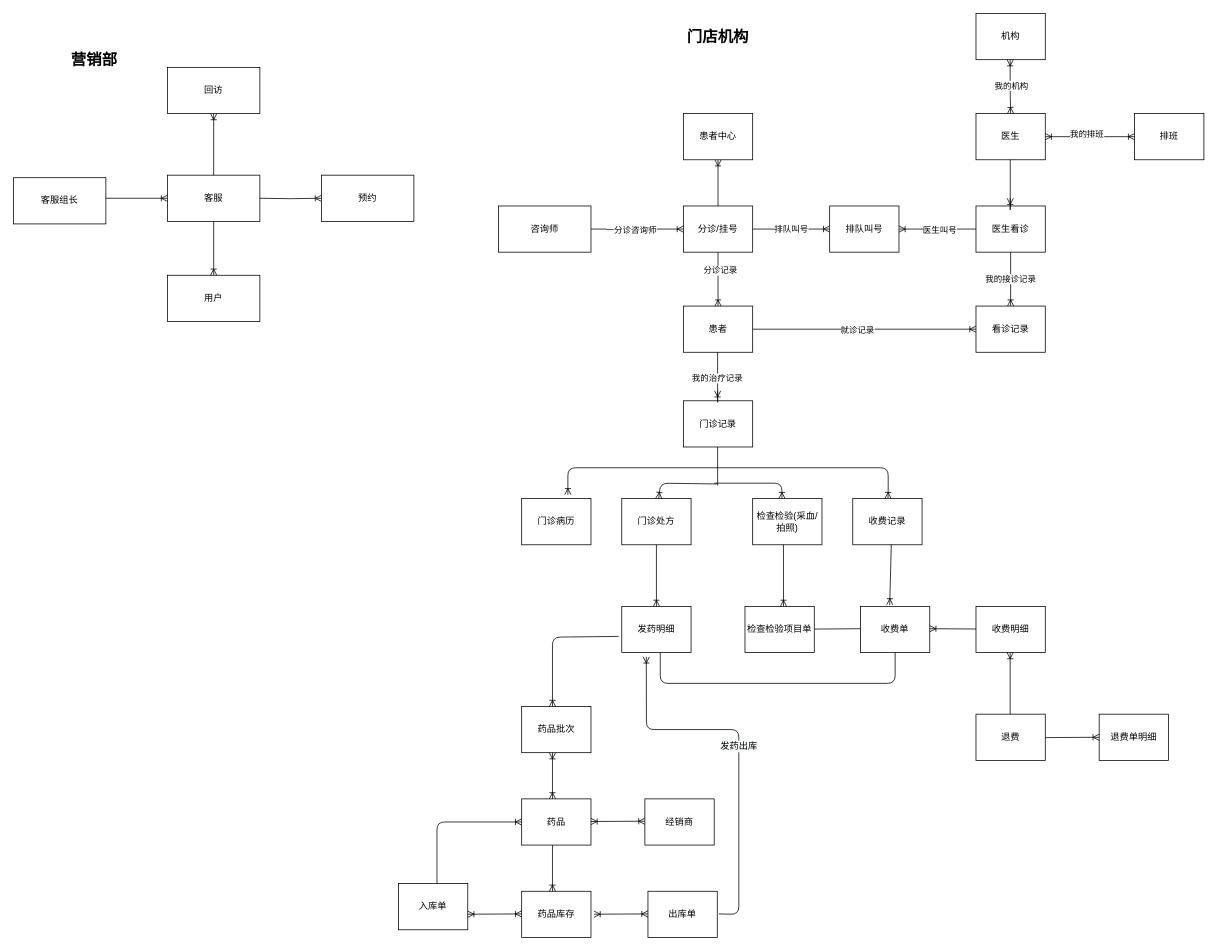
The draw.io diagram 牙管家/数据er图.drawio in cherishsince/diagrams.net, before the edit. Source tidied: cells renumbered, new cells numbered last; positions are measured from the earlier drawing's top-left corner, leaving out a move shared by most shapes. Both pictures are drawn from the tidied source at 77%, with x=0, y=0 at pixel (13, 13).
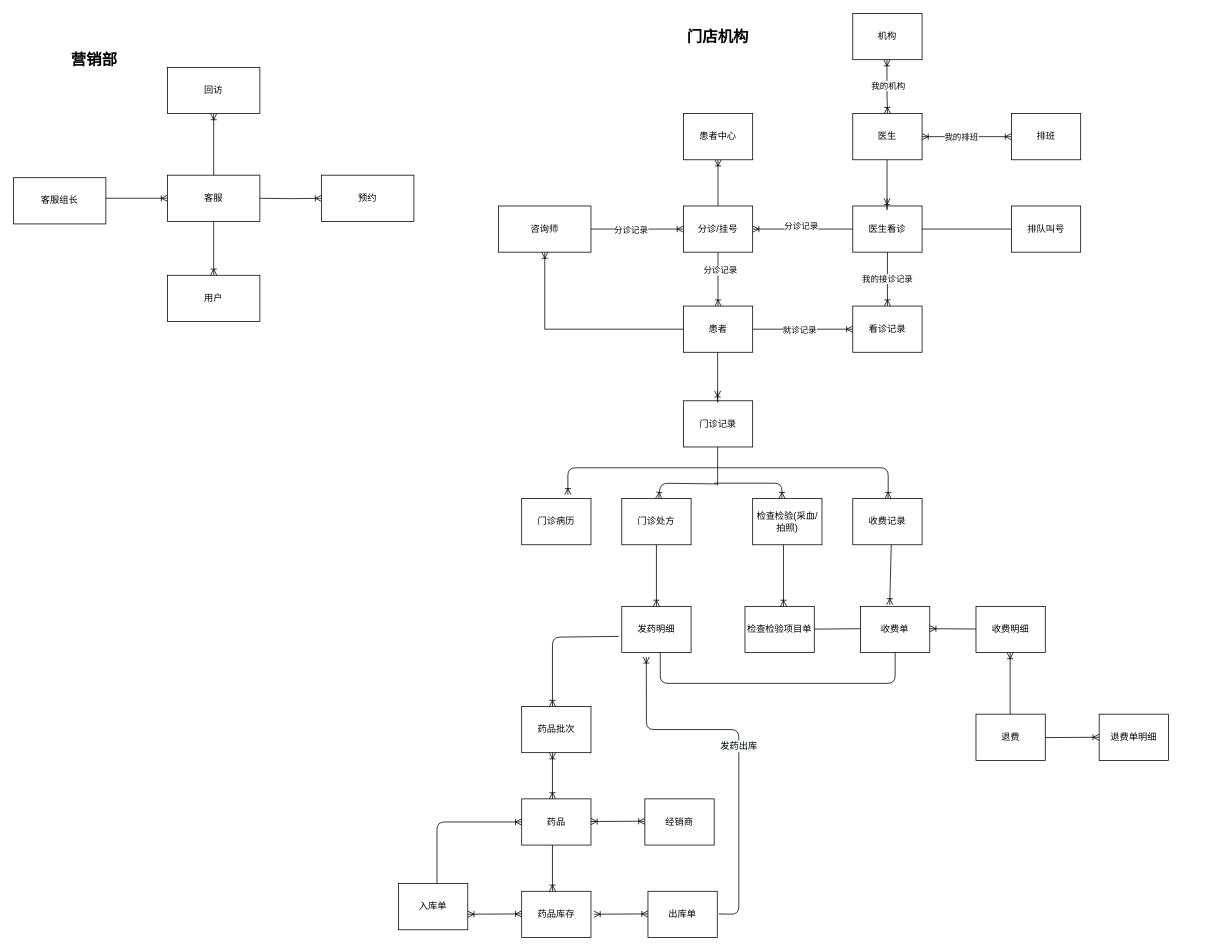
After the change.

Commit message (it also covers changes not shown here):
更新数据er图.drawio

Unchanged cells that the change refers to:
```xml
<mxCell id="3" value="患者" style="rounded=0;whiteSpace=wrap;html=1;" parent="1" vertex="1">
  <mxGeometry x="870" y="380" width="90" height="60" as="geometry" />
</mxCell>
<mxCell id="5" style="endArrow=ERoneToMany;html=1;edgeStyle=orthogonalEdgeStyle;startArrow=none;startFill=0;endFill=0;" parent="1" edge="1">
  <mxGeometry relative="1" as="geometry">
    <mxPoint x="914.5" y="440" as="sourcePoint" />
    <mxPoint x="914.5" y="490" as="targetPoint" />
    <Array as="points">
      <mxPoint x="914" y="510" />
      <mxPoint x="914" y="510" />
    </Array>
  </mxGeometry>
</mxCell>
<mxCell id="20" value="分诊/挂号" style="rounded=0;whiteSpace=wrap;html=1;" parent="1" vertex="1">
  <mxGeometry x="870" y="250" width="90" height="60" as="geometry" />
</mxCell>
<mxCell id="25" style="edgeStyle=orthogonalEdgeStyle;rounded=0;jettySize=auto;html=1;entryX=0;entryY=0.5;entryDx=0;entryDy=0;startArrow=ERoneToMany;startFill=0;endArrow=ERoneToMany;endFill=0;" parent="1" edge="1" source="27" target="29">
  <mxGeometry relative="1" as="geometry" />
</mxCell>
<mxCell id="78" style="edgeStyle=orthogonalEdgeStyle;rounded=0;jettySize=auto;html=1;startArrow=none;startFill=0;endArrow=ERoneToMany;endFill=0;" parent="1" edge="1" source="80" target="20">
  <mxGeometry relative="1" as="geometry" />
</mxCell>
<mxCell id="80" value="咨询师" style="rounded=0;whiteSpace=wrap;html=1;" parent="1" vertex="1">
  <mxGeometry x="630" y="250" width="120" height="60" as="geometry" />
</mxCell>
```

Change to the diagram source:
```diff
@@
     <mxCell id="2" value="机构" style="rounded=0;whiteSpace=wrap;html=1;" parent="1" vertex="1">
-      <mxGeometry x="1250" width="90" height="60" as="geometry" />
+      <mxGeometry x="1090" width="90" height="60" as="geometry" />
     </mxCell>
@@
-    <mxCell id="6" value="我的治疗记录" style="edgeLabel;html=1;align=center;verticalAlign=middle;" parent="5" vertex="1">
-      <mxGeometry x="-0.25" y="-1" relative="1" as="geometry">
-        <mxPoint y="-1" as="offset" />
-      </mxGeometry>
-    </mxCell>
@@
+    <mxCell id="81" style="edgeStyle=orthogonalEdgeStyle;rounded=0;jettySize=auto;html=1;entryX=0;entryY=0.5;entryDx=0;entryDy=0;startArrow=ERoneToMany;startFill=0;endArrow=none;endFill=0;" parent="1" edge="1" source="20" target="23">
+      <mxGeometry relative="1" as="geometry" />
+    </mxCell>
+    <mxCell id="82" value="分诊记录" style="edgeLabel;html=1;align=center;verticalAlign=middle;" parent="81" vertex="1">
+      <mxGeometry x="-0.05" y="4" relative="1" as="geometry" />
+    </mxCell>
@@
+    <mxCell id="83" style="edgeStyle=orthogonalEdgeStyle;rounded=0;jettySize=auto;html=1;startArrow=none;startFill=0;endArrow=none;endFill=0;" parent="1" edge="1" source="23" target="62">
+      <mxGeometry relative="1" as="geometry" />
+    </mxCell>
     <mxCell id="23" value="医生看诊" style="rounded=0;whiteSpace=wrap;html=1;" parent="1" vertex="1">
-      <mxGeometry x="1250" y="250" width="90" height="60" as="geometry" />
+      <mxGeometry x="1090" y="250" width="90" height="60" as="geometry" />
     </mxCell>
@@
     <mxCell id="26" value="我的排班" style="edgeLabel;html=1;align=center;verticalAlign=middle;" parent="25" vertex="1">
-      <mxGeometry x="-0.09" y="4" relative="1" as="geometry" />
+      <mxGeometry x="-0.09" y="4" relative="1" as="geometry">
+        <mxPoint x="-3" y="4" as="offset" />
+      </mxGeometry>
     </mxCell>
     <mxCell id="27" value="医生" style="rounded=0;whiteSpace=wrap;html=1;" parent="1" vertex="1">
-      <mxGeometry x="1250" y="130" width="90" height="60" as="geometry" />
+      <mxGeometry x="1090" y="130" width="90" height="60" as="geometry" />
     </mxCell>
     <mxCell id="28" style="endArrow=ERoneToMany;html=1;edgeStyle=orthogonalEdgeStyle;startArrow=none;startFill=0;endFill=0;" parent="1" edge="1">
       <mxGeometry relative="1" as="geometry">
-        <mxPoint x="1294.5" y="190" as="sourcePoint" />
-        <mxPoint x="1294.5" y="240" as="targetPoint" />
+        <mxPoint x="1134.5" y="190" as="sourcePoint" />
+        <mxPoint x="1134.5" y="240" as="targetPoint" />
         <Array as="points">
-          <mxPoint x="1294" y="260" />
-          <mxPoint x="1294" y="260" />
+          <mxPoint x="1134" y="260" />
+          <mxPoint x="1134" y="260" />
         </Array>
       </mxGeometry>
     </mxCell>
     <mxCell id="29" value="排班" style="rounded=0;whiteSpace=wrap;html=1;" parent="1" vertex="1">
-      <mxGeometry x="1456" y="130" width="90" height="60" as="geometry" />
+      <mxGeometry x="1296" y="130" width="90" height="60" as="geometry" />
     </mxCell>
@@
     <mxCell id="33" value="看诊记录" style="rounded=0;whiteSpace=wrap;html=1;" parent="1" vertex="1">
-      <mxGeometry x="1250" y="380" width="90" height="60" as="geometry" />
+      <mxGeometry x="1090" y="380" width="90" height="60" as="geometry" />
     </mxCell>
@@
     <mxCell id="57" style="endArrow=ERoneToMany;html=1;edgeStyle=orthogonalEdgeStyle;startArrow=ERoneToMany;startFill=0;endFill=0;entryX=0.5;entryY=0;entryDx=0;entryDy=0;" parent="1" edge="1" target="27">
       <mxGeometry relative="1" as="geometry">
-        <mxPoint x="1294.4" y="60" as="sourcePoint" />
+        <mxPoint x="1134.4" y="60" as="sourcePoint" />
         <Array as="points">
-          <mxPoint x="1294" y="100" />
+          <mxPoint x="1134" y="100" />
         </Array>
       </mxGeometry>
     </mxCell>
@@
-    <mxCell id="59" value="排队叫号" style="edgeStyle=orthogonalEdgeStyle;rounded=0;jettySize=auto;html=1;startArrow=ERoneToMany;startFill=0;endArrow=none;endFill=0;" parent="1" edge="1" source="62" target="20">
-      <mxGeometry relative="1" as="geometry" />
-    </mxCell>
-    <mxCell id="60" style="edgeStyle=orthogonalEdgeStyle;rounded=0;jettySize=auto;html=1;entryX=0;entryY=0.5;entryDx=0;entryDy=0;startArrow=ERoneToMany;startFill=0;endArrow=none;endFill=0;" parent="1" edge="1" source="62" target="23">
-      <mxGeometry relative="1" as="geometry" />
-    </mxCell>
-    <mxCell id="61" value="医生叫号" style="edgeLabel;html=1;align=center;verticalAlign=middle;" parent="60" vertex="1">
-      <mxGeometry x="0.04" y="-1" relative="1" as="geometry" />
-    </mxCell>
     <mxCell id="62" value="排队叫号" style="rounded=0;whiteSpace=wrap;html=1;" parent="1" vertex="1">
-      <mxGeometry x="1060" y="250" width="90" height="60" as="geometry" />
+      <mxGeometry x="1296" y="250" width="90" height="60" as="geometry" />
     </mxCell>
@@
-    <mxCell id="79" value="一分诊咨询师" style="edgeLabel;html=1;align=center;verticalAlign=middle;" parent="78" vertex="1">
+    <mxCell id="79" value="分诊记录" style="edgeLabel;html=1;align=center;verticalAlign=middle;" parent="78" vertex="1">
       <mxGeometry x="-0.15" y="-3" relative="1" as="geometry">
         <mxPoint y="-3" as="offset" />
       </mxGeometry>
     </mxCell>
+    <mxCell id="84" style="edgeStyle=orthogonalEdgeStyle;rounded=0;jettySize=auto;html=1;entryX=0;entryY=0.5;entryDx=0;entryDy=0;startArrow=ERoneToMany;startFill=0;endArrow=none;endFill=0;" parent="1" edge="1" source="80" target="3">
+      <mxGeometry relative="1" as="geometry">
+        <Array as="points">
+          <mxPoint x="690" y="410" />
+        </Array>
+      </mxGeometry>
+    </mxCell>
```
